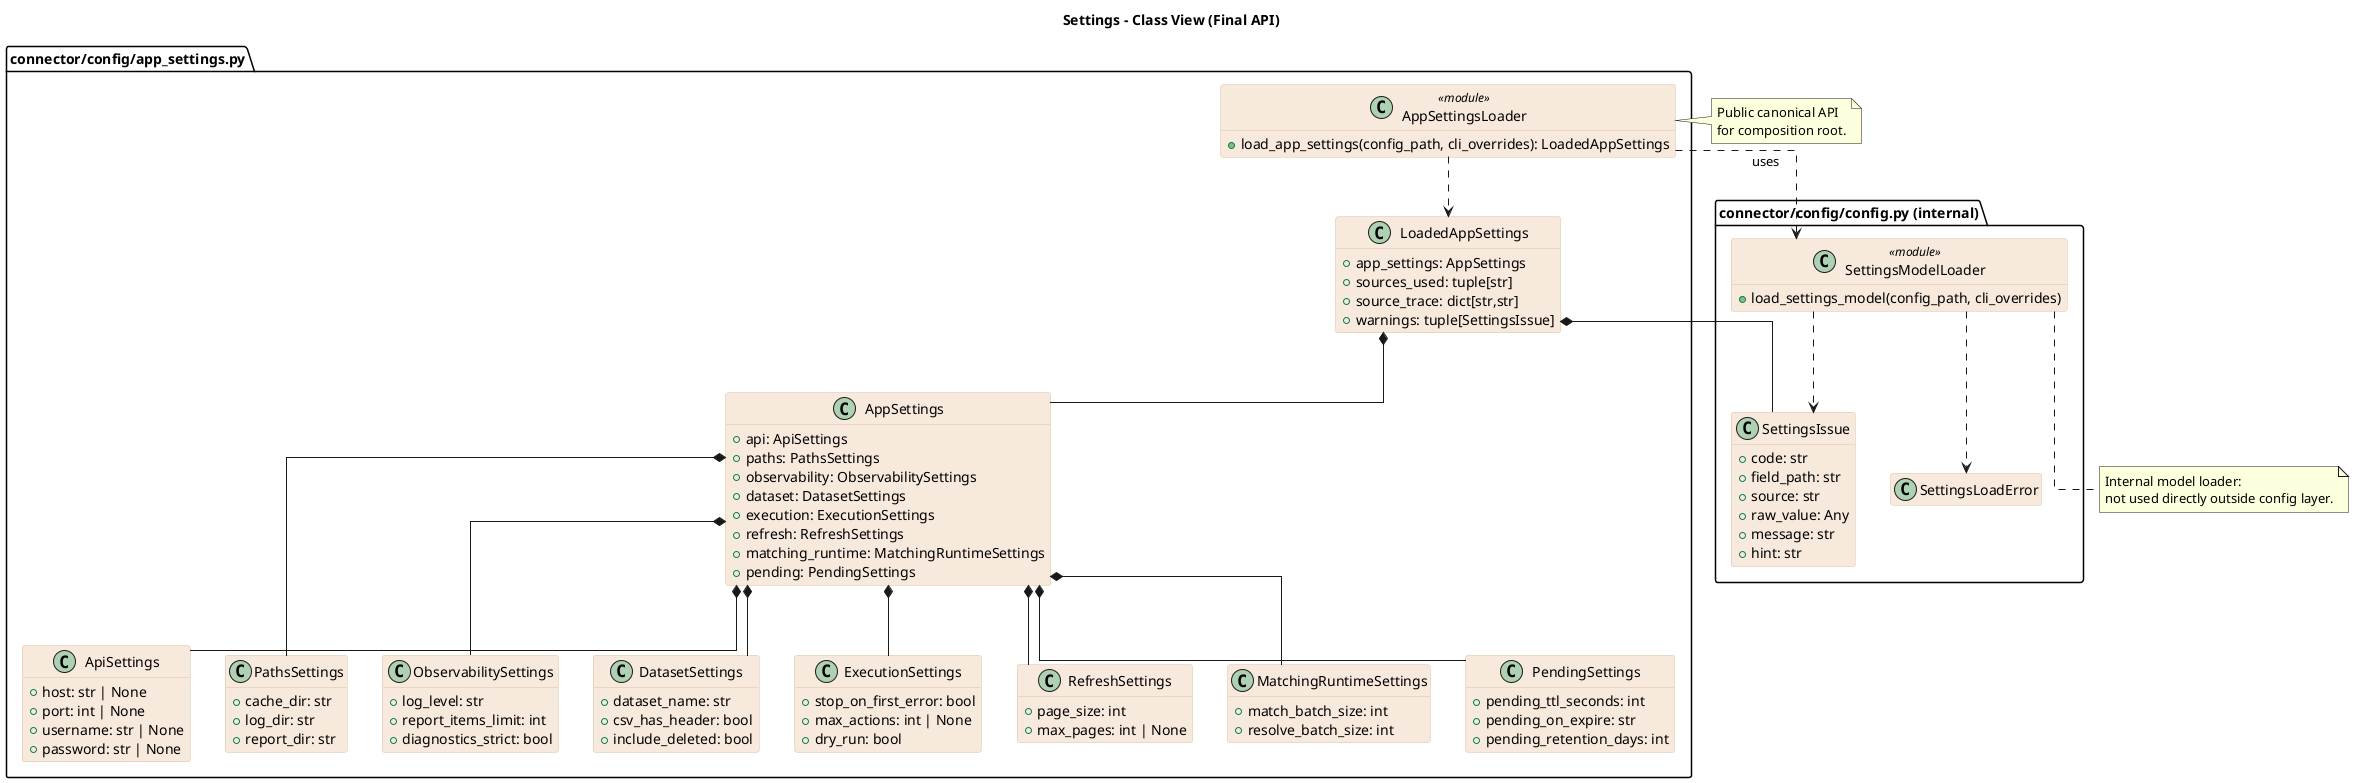
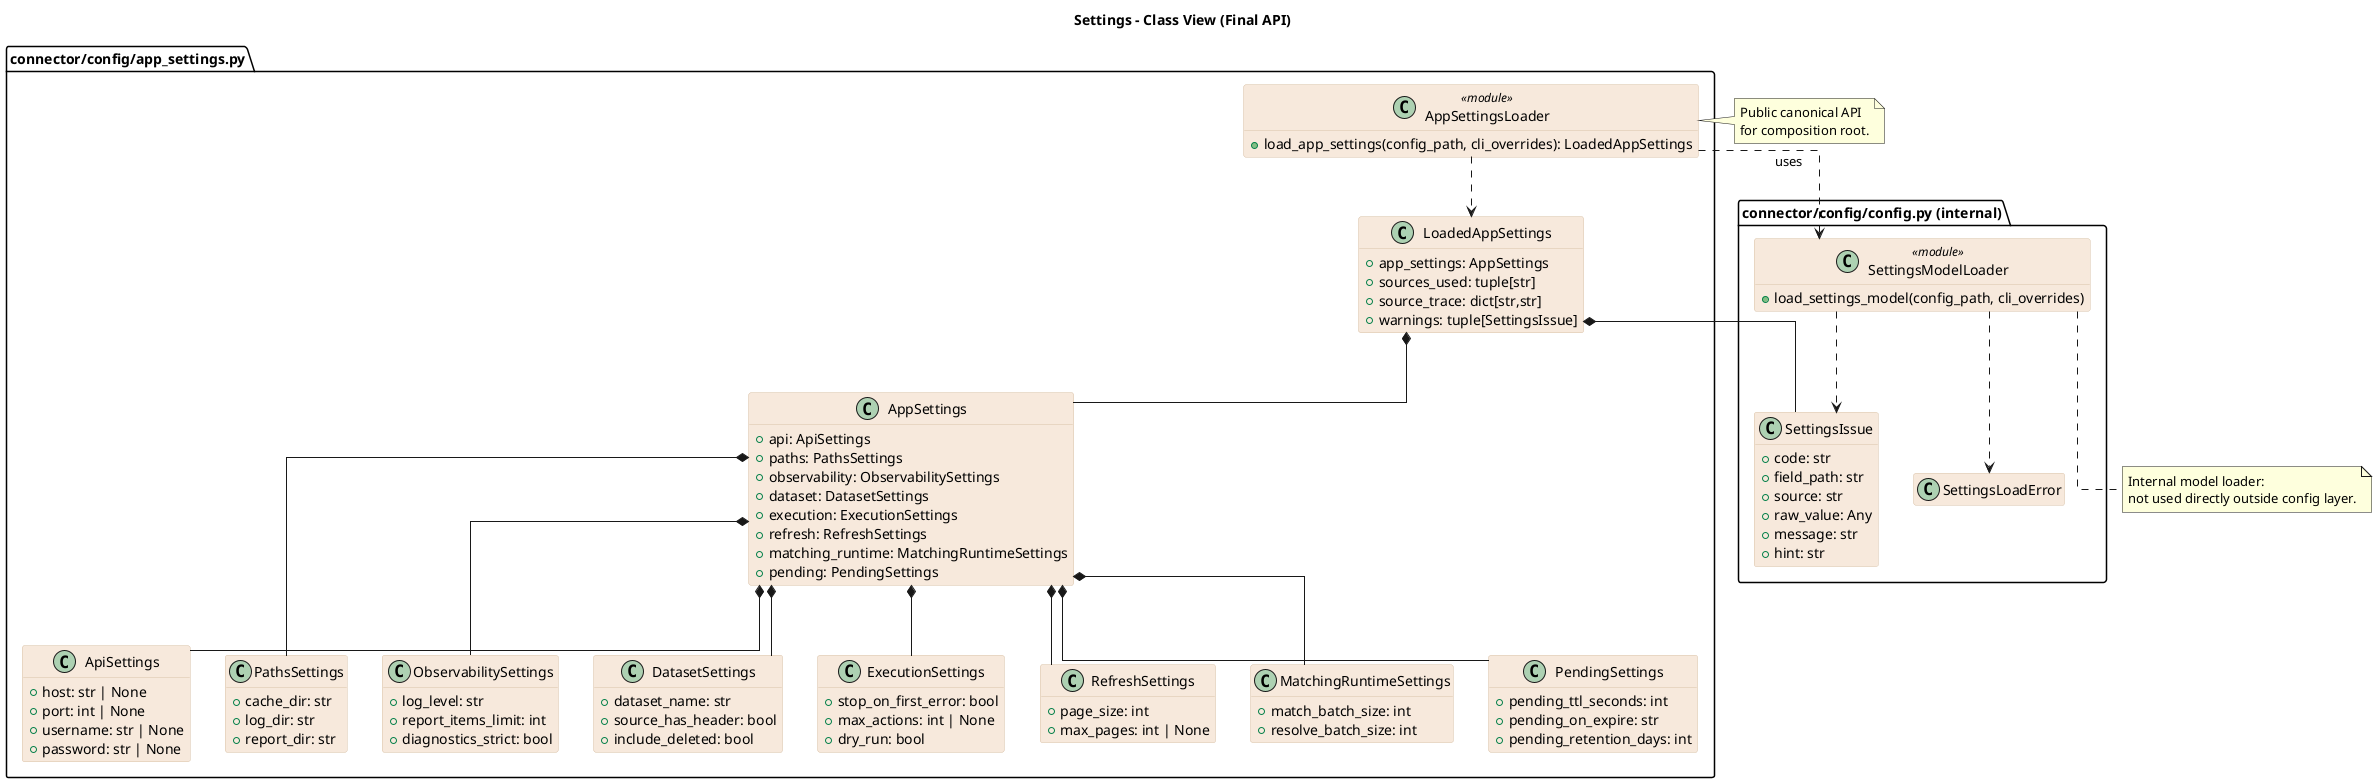
@startuml
title Settings - Class View (Final API)

set namespaceSeparator none
skinparam backgroundColor white
skinparam linetype ortho
skinparam defaultFontName Arial
skinparam class {
  BackgroundColor #f7e9dc
  BorderColor #d9c2a8
}
hide empty members

package "connector/config/app_settings.py" {
  class AppSettings {
    +api: ApiSettings
    +paths: PathsSettings
    +observability: ObservabilitySettings
    +dataset: DatasetSettings
    +execution: ExecutionSettings
    +refresh: RefreshSettings
    +matching_runtime: MatchingRuntimeSettings
    +pending: PendingSettings
  }

  class LoadedAppSettings {
    +app_settings: AppSettings
    +sources_used: tuple[str]
    +source_trace: dict[str,str]
    +warnings: tuple[SettingsIssue]
  }

  class ApiSettings {
    +host: str | None
    +port: int | None
    +username: str | None
    +password: str | None
  }
  class PathsSettings {
    +cache_dir: str
    +log_dir: str
    +report_dir: str
  }
  class ObservabilitySettings {
    +log_level: str
    +report_items_limit: int
    +diagnostics_strict: bool
  }
  class DatasetSettings {
    +dataset_name: str
-     +csv_has_header: bool
+     +source_has_header: bool
    +include_deleted: bool
  }
  class ExecutionSettings {
    +stop_on_first_error: bool
    +max_actions: int | None
    +dry_run: bool
  }
  class RefreshSettings {
    +page_size: int
    +max_pages: int | None
  }
  class MatchingRuntimeSettings {
    +match_batch_size: int
    +resolve_batch_size: int
  }
  class PendingSettings {
    +pending_ttl_seconds: int
    +pending_on_expire: str
    +pending_retention_days: int
  }

  class AppSettingsLoader <<module>> {
    +load_app_settings(config_path, cli_overrides): LoadedAppSettings
  }
}

package "connector/config/config.py (internal)" {
  class SettingsModelLoader <<module>> {
    +load_settings_model(config_path, cli_overrides)
  }
  class SettingsIssue {
    +code: str
    +field_path: str
    +source: str
    +raw_value: Any
    +message: str
    +hint: str
  }
  class SettingsLoadError
}

AppSettings *-- ApiSettings
AppSettings *-- PathsSettings
AppSettings *-- ObservabilitySettings
AppSettings *-- DatasetSettings
AppSettings *-- ExecutionSettings
AppSettings *-- RefreshSettings
AppSettings *-- MatchingRuntimeSettings
AppSettings *-- PendingSettings

LoadedAppSettings *-- AppSettings
LoadedAppSettings *-- SettingsIssue

AppSettingsLoader ..> SettingsModelLoader : uses
AppSettingsLoader ..> LoadedAppSettings
SettingsModelLoader ..> SettingsLoadError
SettingsModelLoader ..> SettingsIssue

note right of AppSettingsLoader
Public canonical API
for composition root.
end note

note bottom of SettingsModelLoader
Internal model loader:
not used directly outside config layer.
end note

@enduml
